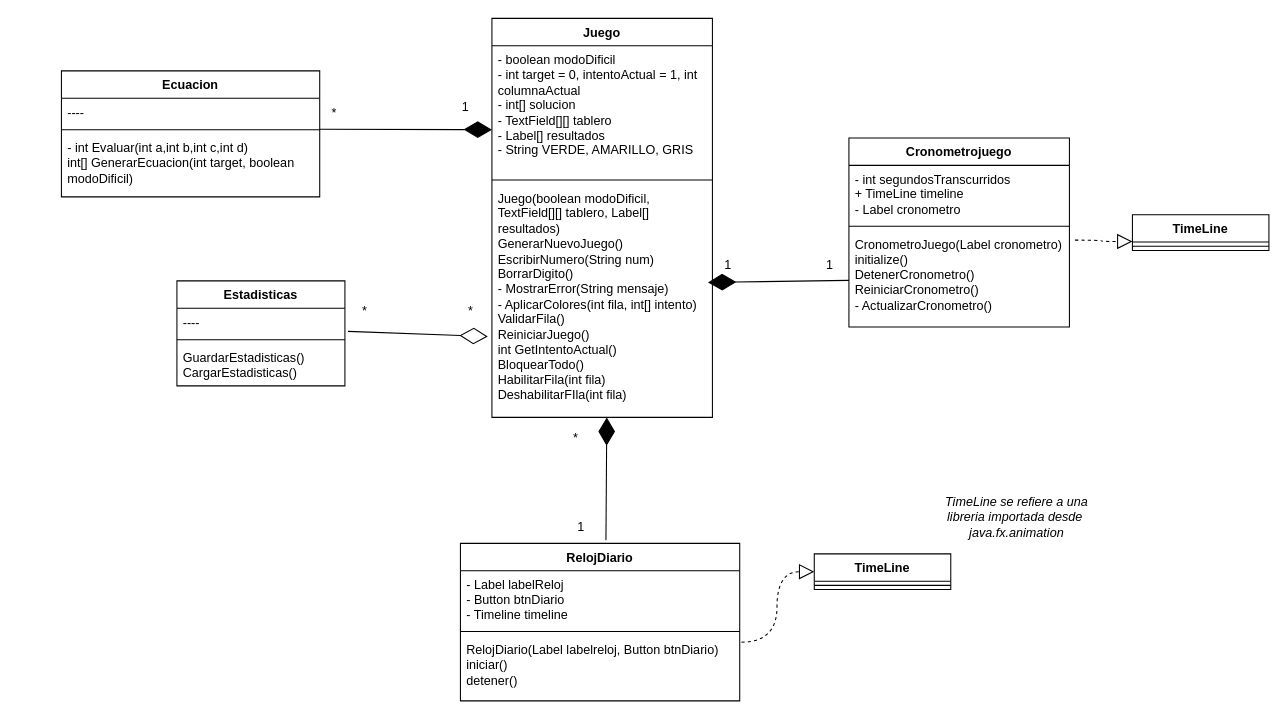
Earlier version of the draw.io diagram Ooodle/ooodle/src/main/resources/Documentacion/Diagrama de clases.drawio (D0maru/Ooodle-2026-1). Source tidied: cells renumbered, new cells numbered last; positions are measured from the earlier drawing's top-left corner, leaving out a move shared by most shapes. Both pictures are drawn from the tidied source at 105%, with x=0, y=0 at pixel (61, 18).
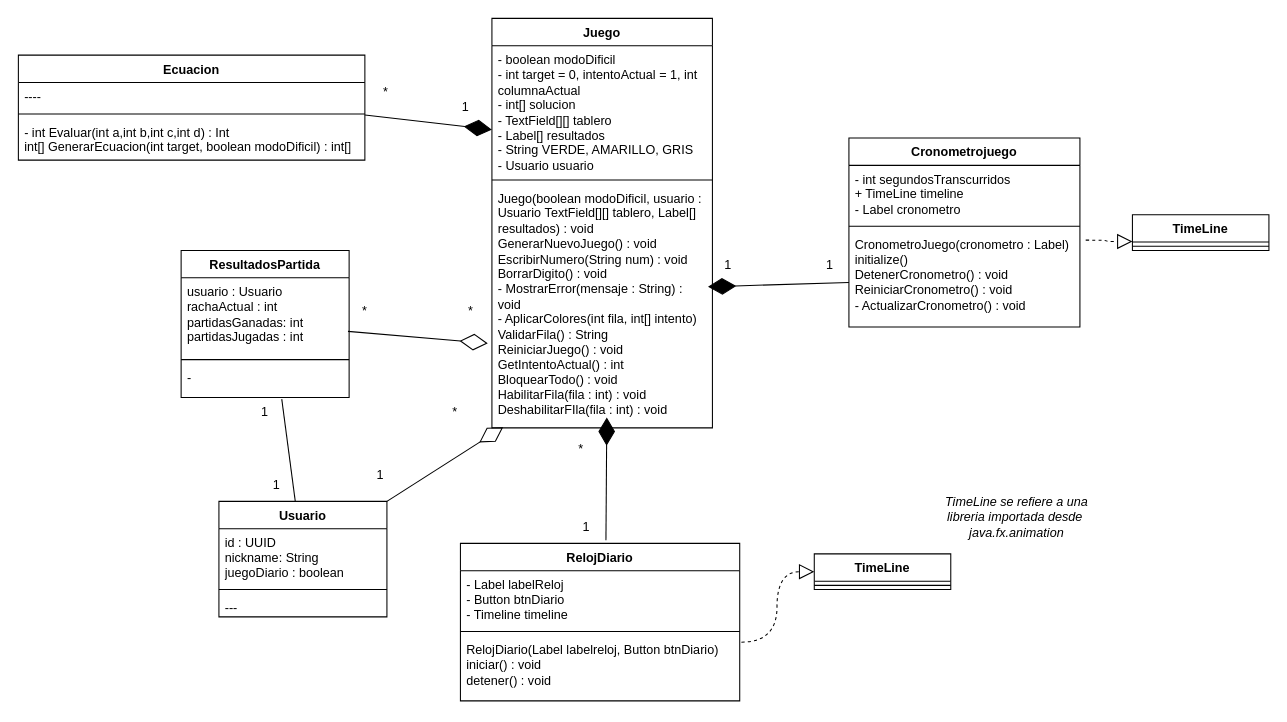
Above is the later version.

Commit message (it also covers changes not shown here):
Diagrama de clases y de servicios en formato draw.io

The change refers to these unchanged cells:
```xml
<mxCell id="22" value="RelojDiario" style="swimlane;fontStyle=1;align=center;verticalAlign=top;horizontal=1;startSize=26;whiteSpace=wrap;html=1;" parent="1" vertex="1">
  <mxGeometry x="380" y="500" width="266" height="150" as="geometry" />
</mxCell>
```

Change to the diagram source:
```diff
@@
     <mxCell id="2" value="Juego" style="swimlane;fontStyle=1;align=center;verticalAlign=top;horizontal=1;startSize=26;whiteSpace=wrap;html=1;" parent="1" vertex="1">
-      <mxGeometry x="410" width="210" height="380" as="geometry" />
+      <mxGeometry x="410" width="210" height="390" as="geometry" />
     </mxCell>
-    <mxCell id="3" value="- boolean modoDificil&lt;div&gt;- int target = 0,&amp;nbsp;&lt;span style=&quot;background-color: transparent; color: light-dark(rgb(0, 0, 0), rgb(255, 255, 255));&quot;&gt;intentoActual = 1,&amp;nbsp;&lt;/span&gt;&lt;span style=&quot;background-color: transparent; color: light-dark(rgb(0, 0, 0), rgb(255, 255, 255));&quot;&gt;int columnaActual&amp;nbsp;&lt;/span&gt;&lt;/div&gt;&lt;div&gt;&lt;font style=&quot;color: light-dark(rgb(0, 0, 0), rgb(255, 0, 0));&quot;&gt;- int[] solucion&lt;/font&gt;&lt;/div&gt;&lt;div&gt;- TextField[][] tablero&lt;/div&gt;&lt;div&gt;- Label[] resultados&lt;/div&gt;&lt;div&gt;- String VERDE, AMARILLO, GRIS&lt;/div&gt;&lt;div&gt;&lt;br&gt;&lt;/div&gt;" style="text;strokeColor=none;fillColor=none;align=left;verticalAlign=top;spacingLeft=4;spacingRight=4;overflow=hidden;whiteSpace=wrap;html=1;" parent="2" vertex="1">
+    <mxCell id="3" value="- boolean modoDificil&lt;div&gt;- int target = 0,&amp;nbsp;&lt;span style=&quot;background-color: transparent; color: light-dark(rgb(0, 0, 0), rgb(255, 255, 255));&quot;&gt;intentoActual = 1,&amp;nbsp;&lt;/span&gt;&lt;span style=&quot;background-color: transparent; color: light-dark(rgb(0, 0, 0), rgb(255, 255, 255));&quot;&gt;int columnaActual&amp;nbsp;&lt;/span&gt;&lt;/div&gt;&lt;div&gt;&lt;font style=&quot;color: light-dark(rgb(0, 0, 0), rgb(255, 0, 0));&quot;&gt;- int[] solucion&lt;/font&gt;&lt;/div&gt;&lt;div&gt;&lt;font style=&quot;color: light-dark(rgb(0, 0, 0), rgb(255, 0, 0));&quot;&gt;- TextField[][] tablero&lt;/font&gt;&lt;/div&gt;&lt;div&gt;- Label[] resultados&lt;/div&gt;&lt;div&gt;- &lt;font style=&quot;color: light-dark(rgb(0, 0, 0), rgb(255, 0, 0));&quot;&gt;String VERDE, AMARILLO, GRIS&lt;/font&gt;&lt;/div&gt;&lt;div&gt;- Usuario usuario&lt;/div&gt;" style="text;strokeColor=none;fillColor=none;align=left;verticalAlign=top;spacingLeft=4;spacingRight=4;overflow=hidden;whiteSpace=wrap;html=1;" parent="2" vertex="1">
       <mxGeometry y="26" width="210" height="124" as="geometry" />
     </mxCell>
@@
-    <mxCell id="5" value="&lt;div&gt;&lt;span style=&quot;background-color: transparent; color: light-dark(rgb(0, 0, 0), rgb(255, 255, 255));&quot;&gt;Juego(boolean modoDificil, TextField[][] tablero, Label[] resultados)&lt;/span&gt;&lt;/div&gt;&lt;div&gt;&lt;span style=&quot;background-color: transparent; color: light-dark(rgb(0, 0, 0), rgb(255, 255, 255));&quot;&gt;GenerarNuevoJuego()&lt;/span&gt;&lt;/div&gt;EscribirNumero(String num)&lt;div&gt;BorrarDigito()&lt;/div&gt;&lt;div&gt;- MostrarError(String mensaje)&lt;/div&gt;&lt;div&gt;- AplicarColores(int fila, int[] intento)&lt;/div&gt;&lt;div&gt;ValidarFila()&lt;/div&gt;&lt;div&gt;ReiniciarJuego()&lt;/div&gt;&lt;div&gt;int GetIntentoActual()&lt;/div&gt;&lt;div&gt;BloquearTodo()&lt;/div&gt;&lt;div&gt;HabilitarFila(int fila)&lt;/div&gt;&lt;div&gt;DeshabilitarFIla(int fila)&lt;/div&gt;&lt;div&gt;&lt;br&gt;&lt;/div&gt;" style="text;strokeColor=none;fillColor=none;align=left;verticalAlign=top;spacingLeft=4;spacingRight=4;overflow=hidden;points=[[0,0.5],[1,0.5]];portConstraint=eastwest;whiteSpace=wrap;html=1;" parent="2" vertex="1">
-      <mxGeometry y="158" width="210" height="222" as="geometry" />
+    <mxCell id="5" value="&lt;div&gt;&lt;span style=&quot;background-color: transparent; color: light-dark(rgb(0, 0, 0), rgb(255, 255, 255));&quot;&gt;Juego(boolean modoDificil, usuario : Usuario&amp;nbsp;&lt;/span&gt;&lt;span style=&quot;background-color: transparent;&quot;&gt;&lt;font style=&quot;color: light-dark(rgb(0, 0, 0), rgb(255, 0, 0));&quot;&gt;TextField[][] tablero&lt;/font&gt;&lt;/span&gt;&lt;span style=&quot;background-color: transparent; color: light-dark(rgb(0, 0, 0), rgb(255, 255, 255));&quot;&gt;, Label[] resultados) : void&lt;/span&gt;&lt;/div&gt;&lt;div&gt;&lt;span style=&quot;background-color: transparent; color: light-dark(rgb(0, 0, 0), rgb(255, 255, 255));&quot;&gt;GenerarNuevoJuego() : void&lt;/span&gt;&lt;/div&gt;EscribirNumero(String num) : void&lt;div&gt;BorrarDigito() : void&lt;/div&gt;&lt;div&gt;- MostrarError(mensaje : String) : void&lt;/div&gt;&lt;div&gt;&lt;font style=&quot;color: light-dark(rgb(0, 0, 0), rgb(255, 0, 0));&quot;&gt;- AplicarColores(int fila, int[] intento)&lt;/font&gt;&lt;/div&gt;&lt;div&gt;&lt;font style=&quot;color: light-dark(rgb(0, 0, 0), rgb(230, 208, 222));&quot;&gt;ValidarFila() : String&lt;/font&gt;&lt;/div&gt;&lt;div&gt;ReiniciarJuego() : void&lt;/div&gt;&lt;div&gt;GetIntentoActual() : int&lt;/div&gt;&lt;div&gt;BloquearTodo() : void&lt;/div&gt;&lt;div&gt;HabilitarFila(fila : int) : void&lt;/div&gt;&lt;div&gt;DeshabilitarFIla(fila : int) : void&lt;/div&gt;&lt;div&gt;&lt;br&gt;&lt;/div&gt;" style="text;strokeColor=none;fillColor=none;align=left;verticalAlign=top;spacingLeft=4;spacingRight=4;overflow=hidden;points=[[0,0.5],[1,0.5]];portConstraint=eastwest;whiteSpace=wrap;html=1;" parent="2" vertex="1">
+      <mxGeometry y="158" width="210" height="232" as="geometry" />
     </mxCell>
-    <mxCell id="6" value="Estadisticas" style="swimlane;fontStyle=1;align=center;verticalAlign=top;horizontal=1;startSize=26;whiteSpace=wrap;html=1;" parent="1" vertex="1">
-      <mxGeometry x="110" y="250" width="160" height="100" as="geometry" />
-    </mxCell>
-    <mxCell id="7" value="----" style="text;strokeColor=none;fillColor=none;align=left;verticalAlign=top;spacingLeft=4;spacingRight=4;overflow=hidden;points=[[0,0.5],[1,0.5]];portConstraint=eastwest;whiteSpace=wrap;html=1;" parent="6" vertex="1">
-      <mxGeometry y="26" width="160" height="26" as="geometry" />
-    </mxCell>
-    <mxCell id="8" style="line;strokeWidth=1;fillColor=none;align=left;verticalAlign=middle;spacingTop=-1;spacingLeft=3;spacingRight=3;labelPosition=right;strokeColor=inherit;" parent="6" vertex="1">
-      <mxGeometry y="52" width="160" height="8" as="geometry" />
-    </mxCell>
-    <mxCell id="9" value="GuardarEstadisticas()&lt;div&gt;CargarEstadisticas()&lt;/div&gt;" style="text;strokeColor=none;fillColor=none;align=left;verticalAlign=top;spacingLeft=4;spacingRight=4;overflow=hidden;whiteSpace=wrap;html=1;" parent="6" vertex="1">
-      <mxGeometry y="60" width="160" height="40" as="geometry" />
-    </mxCell>
     <mxCell id="10" value="Cronometrojuego" style="swimlane;fontStyle=1;align=center;verticalAlign=top;horizontal=1;startSize=26;whiteSpace=wrap;html=1;" parent="1" vertex="1">
-      <mxGeometry x="750" y="114" width="210" height="180" as="geometry" />
+      <mxGeometry x="750" y="114" width="220" height="180" as="geometry" />
     </mxCell>
     <mxCell id="11" value="- int segundosTranscurridos&lt;div&gt;+ TimeLine timeline&lt;/div&gt;&lt;div&gt;- Label cronometro&lt;/div&gt;" style="text;strokeColor=none;fillColor=none;align=left;verticalAlign=top;spacingLeft=4;spacingRight=4;overflow=hidden;whiteSpace=wrap;html=1;" parent="10" vertex="1">
-      <mxGeometry y="26" width="210" height="54" as="geometry" />
+      <mxGeometry y="26" width="220" height="54" as="geometry" />
     </mxCell>
     <mxCell id="12" style="line;strokeWidth=1;fillColor=none;align=left;verticalAlign=middle;spacingTop=-1;spacingLeft=3;spacingRight=3;labelPosition=right;strokeColor=inherit;" parent="10" vertex="1">
-      <mxGeometry y="80" width="210" height="8" as="geometry" />
+      <mxGeometry y="80" width="220" height="8" as="geometry" />
     </mxCell>
-    <mxCell id="13" value="CronometroJuego(Label cronometro)&lt;div&gt;initialize()&lt;/div&gt;&lt;div&gt;DetenerCronometro()&lt;/div&gt;&lt;div&gt;ReiniciarCronometro()&lt;/div&gt;&lt;div&gt;- ActualizarCronometro()&lt;/div&gt;" style="text;strokeColor=none;fillColor=none;align=left;verticalAlign=top;spacingLeft=4;spacingRight=4;overflow=hidden;points=[[0,0.5],[1,0.5]];portConstraint=eastwest;whiteSpace=wrap;html=1;" parent="10" vertex="1">
-      <mxGeometry y="88" width="210" height="92" as="geometry" />
+    <mxCell id="13" value="CronometroJuego(cronometro : Label)&lt;div&gt;initialize()&lt;/div&gt;&lt;div&gt;DetenerCronometro() : void&lt;/div&gt;&lt;div&gt;ReiniciarCronometro() : void&lt;/div&gt;&lt;div&gt;- ActualizarCronometro() : void&lt;/div&gt;" style="text;strokeColor=none;fillColor=none;align=left;verticalAlign=top;spacingLeft=4;spacingRight=4;overflow=hidden;points=[[0,0.5],[1,0.5]];portConstraint=eastwest;whiteSpace=wrap;html=1;" parent="10" vertex="1">
+      <mxGeometry y="88" width="220" height="92" as="geometry" />
     </mxCell>
@@
     <mxCell id="18" value="Ecuacion" style="swimlane;fontStyle=1;align=center;verticalAlign=top;horizontal=1;startSize=26;whiteSpace=wrap;html=1;" parent="1" vertex="1">
-      <mxGeometry y="50" width="246" height="120" as="geometry" />
+      <mxGeometry x="-41" y="35" width="330" height="100" as="geometry" />
     </mxCell>
     <mxCell id="19" value="----" style="text;strokeColor=none;fillColor=none;align=left;verticalAlign=top;spacingLeft=4;spacingRight=4;overflow=hidden;whiteSpace=wrap;html=1;" parent="18" vertex="1">
-      <mxGeometry y="26" width="246" height="26" as="geometry" />
+      <mxGeometry y="26" width="330" height="26" as="geometry" />
     </mxCell>
     <mxCell id="20" style="line;strokeWidth=1;fillColor=none;align=left;verticalAlign=middle;spacingTop=-1;spacingLeft=3;spacingRight=3;labelPosition=right;strokeColor=inherit;" parent="18" vertex="1">
-      <mxGeometry y="52" width="246" height="8" as="geometry" />
+      <mxGeometry y="52" width="330" height="8" as="geometry" />
     </mxCell>
-    <mxCell id="21" value="- int Evaluar(int a,int b,int c,int d)&lt;div&gt;int[] GenerarEcuacion(int target, boolean modoDificil)&lt;/div&gt;" style="text;strokeColor=none;fillColor=none;align=left;verticalAlign=top;spacingLeft=4;spacingRight=4;overflow=hidden;points=[[0,0.5],[1,0.5]];portConstraint=eastwest;whiteSpace=wrap;html=1;" parent="18" vertex="1">
-      <mxGeometry y="60" width="246" height="60" as="geometry" />
+    <mxCell id="21" value="- int Evaluar(int a,int b,int c,int d) : Int&lt;div&gt;int[] GenerarEcuacion(int target, boolean modoDificil) : int[]&lt;/div&gt;" style="text;strokeColor=none;fillColor=none;align=left;verticalAlign=top;spacingLeft=4;spacingRight=4;overflow=hidden;points=[[0,0.5],[1,0.5]];portConstraint=eastwest;whiteSpace=wrap;html=1;" parent="18" vertex="1">
+      <mxGeometry y="60" width="330" height="40" as="geometry" />
     </mxCell>
@@
-    <mxCell id="25" value="&lt;div&gt;RelojDiario(Label labelreloj, Button btnDiario)&lt;/div&gt;iniciar()&lt;div&gt;detener()&lt;/div&gt;" style="text;strokeColor=none;fillColor=none;align=left;verticalAlign=top;spacingLeft=4;spacingRight=4;overflow=hidden;points=[[0,0.5],[1,0.5]];portConstraint=eastwest;whiteSpace=wrap;html=1;" parent="22" vertex="1">
+    <mxCell id="25" value="&lt;div&gt;RelojDiario(Label labelreloj, Button btnDiario)&lt;/div&gt;iniciar() : void&lt;div&gt;detener() : void&lt;/div&gt;" style="text;strokeColor=none;fillColor=none;align=left;verticalAlign=top;spacingLeft=4;spacingRight=4;overflow=hidden;points=[[0,0.5],[1,0.5]];portConstraint=eastwest;whiteSpace=wrap;html=1;" parent="22" vertex="1">
       <mxGeometry y="88" width="266" height="62" as="geometry" />
     </mxCell>
@@
-    <mxCell id="30" style="endArrow=diamondThin;endFill=0;endSize=24;html=1;rounded=0;exitX=1.018;exitY=0.85;exitDx=0;exitDy=0;exitPerimeter=0;entryX=-0.019;entryY=0.653;entryDx=0;entryDy=0;entryPerimeter=0;" parent="1" edge="1" source="7" target="5">
-      <mxGeometry relative="1" as="geometry" />
+    <mxCell id="30" style="endArrow=diamondThin;endFill=0;endSize=24;html=1;rounded=0;exitX=1.018;exitY=0.85;exitDx=0;exitDy=0;exitPerimeter=0;entryX=-0.019;entryY=0.653;entryDx=0;entryDy=0;entryPerimeter=0;" parent="1" edge="1" target="5">
+      <mxGeometry relative="1" as="geometry">
+        <mxPoint x="272.9" y="298.1" as="sourcePoint" />
+      </mxGeometry>
     </mxCell>
@@
     <mxCell id="34" value="*" style="text;html=1;whiteSpace=wrap;strokeColor=none;fillColor=none;align=center;verticalAlign=middle;rounded=0;" parent="1" vertex="1">
-      <mxGeometry x="250" y="80" width="20" height="20" as="geometry" />
+      <mxGeometry x="299" y="60" width="20" height="20" as="geometry" />
     </mxCell>
@@
     <mxCell id="39" value="*" style="text;html=1;whiteSpace=wrap;strokeColor=none;fillColor=none;align=center;verticalAlign=middle;rounded=0;" parent="1" vertex="1">
-      <mxGeometry x="480" y="390" width="20" height="20" as="geometry" />
+      <mxGeometry x="485" y="400" width="20" height="20" as="geometry" />
     </mxCell>
     <mxCell id="40" value="1" style="text;html=1;whiteSpace=wrap;strokeColor=none;fillColor=none;align=center;verticalAlign=middle;rounded=0;" parent="1" vertex="1">
-      <mxGeometry x="480" y="470" width="30" height="30" as="geometry" />
+      <mxGeometry x="485" y="470" width="30" height="30" as="geometry" />
     </mxCell>
+    <mxCell id="41" value="ResultadosPartida" style="swimlane;fontStyle=1;align=center;verticalAlign=top;horizontal=1;startSize=26;whiteSpace=wrap;html=1;" parent="1" vertex="1">
+      <mxGeometry x="114" y="221" width="160" height="140" as="geometry" />
+    </mxCell>
+    <mxCell id="42" value="usuario : Usuario&lt;div&gt;rachaActual : int&lt;/div&gt;&lt;div&gt;partidasGanadas: int&lt;/div&gt;&lt;div&gt;partidasJugadas : int&lt;/div&gt;" style="text;strokeColor=none;fillColor=none;align=left;verticalAlign=top;spacingLeft=4;spacingRight=4;overflow=hidden;whiteSpace=wrap;html=1;" parent="41" vertex="1">
+      <mxGeometry y="26" width="160" height="74" as="geometry" />
+    </mxCell>
+    <mxCell id="43" style="line;strokeWidth=1;fillColor=none;align=left;verticalAlign=middle;spacingTop=-1;spacingLeft=3;spacingRight=3;labelPosition=right;strokeColor=inherit;" parent="41" vertex="1">
+      <mxGeometry y="100" width="160" height="8" as="geometry" />
+    </mxCell>
+    <mxCell id="44" value="&lt;div&gt;-&lt;/div&gt;" style="text;strokeColor=none;fillColor=none;align=left;verticalAlign=top;spacingLeft=4;spacingRight=4;overflow=hidden;points=[[0,0.5],[1,0.5]];portConstraint=eastwest;whiteSpace=wrap;html=1;" parent="41" vertex="1">
+      <mxGeometry y="108" width="160" height="32" as="geometry" />
+    </mxCell>
+    <mxCell id="45" value="Usuario" style="swimlane;fontStyle=1;align=center;verticalAlign=top;horizontal=1;startSize=26;whiteSpace=wrap;html=1;" parent="1" vertex="1">
+      <mxGeometry x="150" y="460" width="160" height="110" as="geometry" />
+    </mxCell>
+    <mxCell id="46" value="id : UUID&lt;div&gt;nickname: String&lt;/div&gt;&lt;div&gt;juegoDiario : boolean&lt;/div&gt;" style="text;strokeColor=none;fillColor=none;align=left;verticalAlign=top;spacingLeft=4;spacingRight=4;overflow=hidden;whiteSpace=wrap;html=1;" parent="45" vertex="1">
+      <mxGeometry y="26" width="160" height="54" as="geometry" />
+    </mxCell>
+    <mxCell id="47" style="line;strokeWidth=1;fillColor=none;align=left;verticalAlign=middle;spacingTop=-1;spacingLeft=3;spacingRight=3;labelPosition=right;strokeColor=inherit;" parent="45" vertex="1">
+      <mxGeometry y="80" width="160" height="8" as="geometry" />
+    </mxCell>
+    <mxCell id="48" value="&lt;div&gt;---&lt;/div&gt;" style="text;strokeColor=none;fillColor=none;align=left;verticalAlign=top;spacingLeft=4;spacingRight=4;overflow=hidden;whiteSpace=wrap;html=1;" parent="45" vertex="1">
+      <mxGeometry y="88" width="160" height="22" as="geometry" />
+    </mxCell>
+    <mxCell id="49" style="endArrow=diamondThin;endFill=0;endSize=24;html=1;rounded=0;exitX=1;exitY=0;exitDx=0;exitDy=0;entryX=0.051;entryY=0.997;entryDx=0;entryDy=0;entryPerimeter=0;" parent="1" edge="1" source="45" target="5">
+      <mxGeometry relative="1" as="geometry" />
+    </mxCell>
+    <mxCell id="50" value="*" style="text;html=1;whiteSpace=wrap;strokeColor=none;fillColor=none;align=center;verticalAlign=middle;rounded=0;" parent="1" vertex="1">
+      <mxGeometry x="360" y="360" width="30" height="30" as="geometry" />
+    </mxCell>
+    <mxCell id="51" value="1" style="text;html=1;whiteSpace=wrap;strokeColor=none;fillColor=none;align=center;verticalAlign=middle;rounded=0;" parent="1" vertex="1">
+      <mxGeometry x="289" y="420" width="30" height="30" as="geometry" />
+    </mxCell>
+    <mxCell id="52" style="endArrow=none;html=1;rounded=0;entryX=0.599;entryY=1.05;entryDx=0;entryDy=0;entryPerimeter=0;" parent="1" edge="1" source="45" target="44">
+      <mxGeometry relative="1" as="geometry" />
+    </mxCell>
+    <mxCell id="53" value="1" style="text;html=1;whiteSpace=wrap;strokeColor=none;fillColor=none;align=center;verticalAlign=middle;rounded=0;" parent="1" vertex="1">
+      <mxGeometry x="190" y="430" width="30" height="30" as="geometry" />
+    </mxCell>
+    <mxCell id="54" value="1" style="text;html=1;whiteSpace=wrap;strokeColor=none;fillColor=none;align=center;verticalAlign=middle;rounded=0;" parent="1" vertex="1">
+      <mxGeometry x="179" y="360" width="30" height="30" as="geometry" />
+    </mxCell>
```
